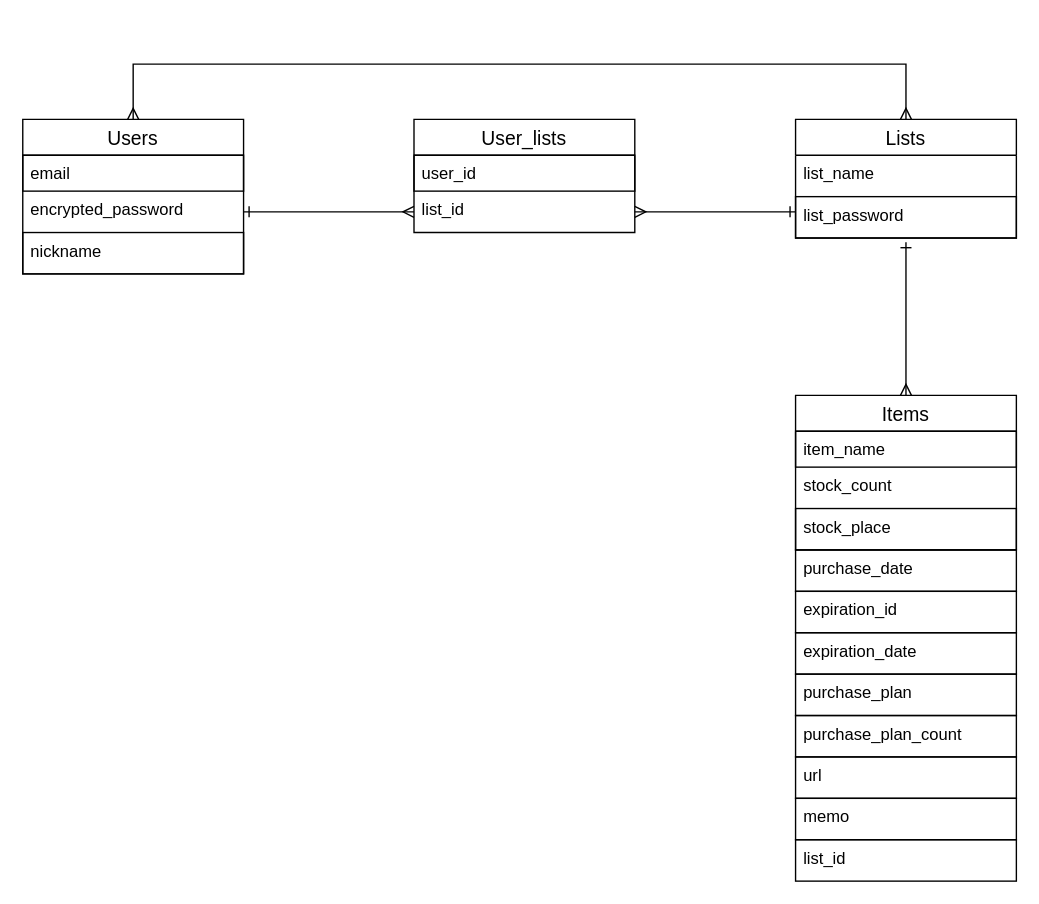
Earlier version of the draw.io diagram er.dio (nagataku26/life-stocker). Source tidied: cells renumbered, new cells numbered last; positions are measured from the earlier drawing's top-left corner, leaving out a move shared by most shapes. Both pictures are drawn from the tidied source at 138%, with x=0, y=0 at pixel (22, 63).
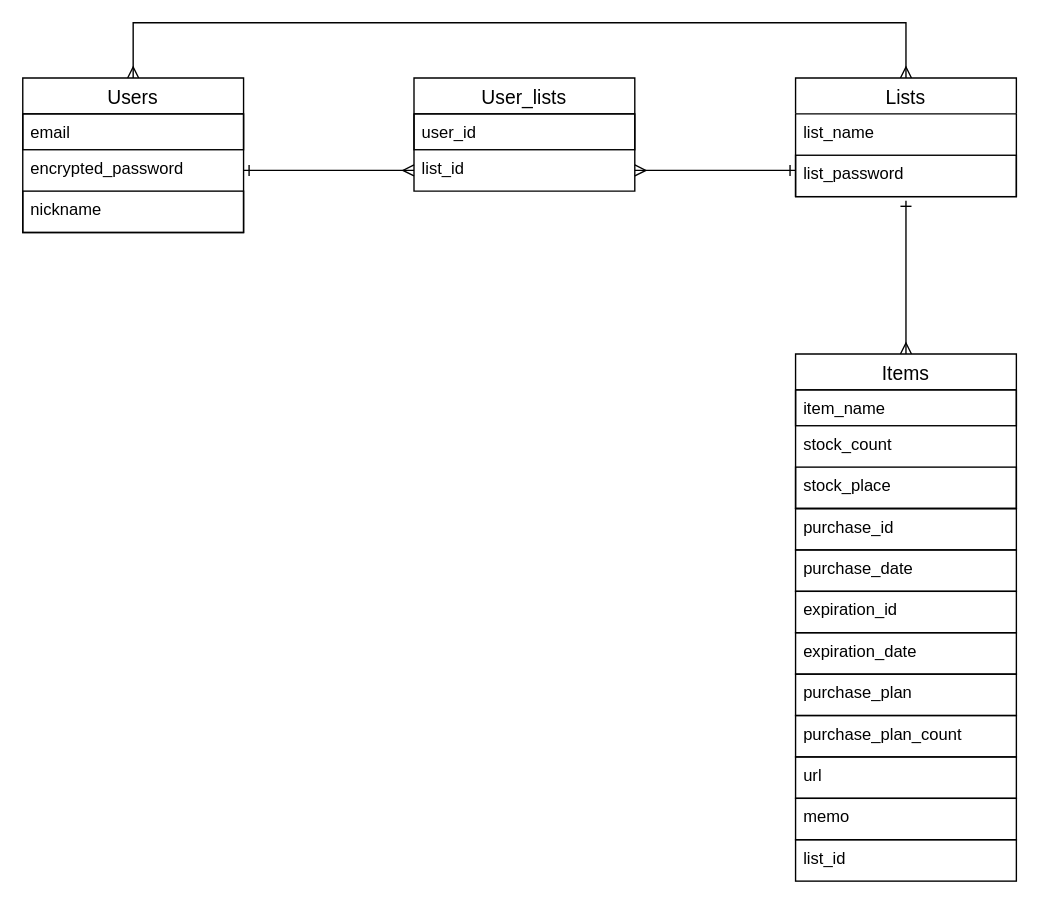
Above is the later version.

Unchanged cells that the change refers to:
```xml
<mxCell id="17" value="list_id" style="text;strokeColor=none;fillColor=none;spacingLeft=4;spacingRight=4;overflow=hidden;points=[[0,0.5],[1,0.5]];portConstraint=eastwest;fontSize=12;" parent="15" vertex="1">
  <mxGeometry y="52" width="160" height="30" as="geometry" />
</mxCell>
```

The edit, as a diff of the source:
```diff
@@
     <mxCell id="2" style="edgeStyle=orthogonalEdgeStyle;html=1;exitX=0.5;exitY=0;exitDx=0;exitDy=0;entryX=0.5;entryY=0;entryDx=0;entryDy=0;startArrow=ERmany;startFill=0;endArrow=ERmany;endFill=0;rounded=0;" parent="1" edge="1" source="3" target="8">
       <mxGeometry relative="1" as="geometry">
         <Array as="points">
-          <mxPoint x="130" />
-          <mxPoint x="480" />
+          <mxPoint x="130" y="-30" />
+          <mxPoint x="480" y="-30" />
         </Array>
       </mxGeometry>
     </mxCell>
     <mxCell id="3" value="Users" style="swimlane;fontStyle=0;horizontal=1;startSize=26;align=center;fontSize=14;" parent="1" vertex="1">
-      <mxGeometry y="40" width="160" height="112" as="geometry" />
+      <mxGeometry y="10" width="160" height="112" as="geometry" />
     </mxCell>
@@
     <mxCell id="8" value="Lists" style="swimlane;fontStyle=0;horizontal=1;startSize=26;align=center;fontSize=14;" parent="1" vertex="1">
-      <mxGeometry x="560" y="40" width="160" height="86" as="geometry" />
+      <mxGeometry x="560" y="10" width="160" height="86" as="geometry" />
     </mxCell>
@@
     <mxCell id="11" value="Items" style="swimlane;fontStyle=0;horizontal=1;startSize=26;align=center;fontSize=14;" parent="1" vertex="1">
-      <mxGeometry x="560" y="240" width="160" height="112" as="geometry" />
+      <mxGeometry x="560" y="210" width="160" height="112" as="geometry" />
     </mxCell>
@@
     <mxCell id="15" value="User_lists" style="swimlane;fontStyle=0;horizontal=1;startSize=26;align=center;fontSize=14;" parent="1" vertex="1">
-      <mxGeometry x="283.5" y="40" width="160" height="82" as="geometry" />
+      <mxGeometry x="283.5" y="10" width="160" height="82" as="geometry" />
     </mxCell>
@@
     <mxCell id="19" style="rounded=0;html=1;entryX=1;entryY=0.5;entryDx=0;entryDy=0;startArrow=ERone;startFill=0;endArrow=ERmany;endFill=0;" parent="1" edge="1" target="17">
       <mxGeometry relative="1" as="geometry">
-        <mxPoint x="560" y="107" as="sourcePoint" />
+        <mxPoint x="560" y="77" as="sourcePoint" />
       </mxGeometry>
     </mxCell>
@@
+    <mxCell id="28" value="purchase_id" style="text;strokeColor=default;fillColor=none;spacingLeft=4;spacingRight=4;overflow=hidden;fontSize=12;" parent="1" vertex="1">
+      <mxGeometry x="560" y="322" width="160" height="30" as="geometry" />
+    </mxCell>
```
